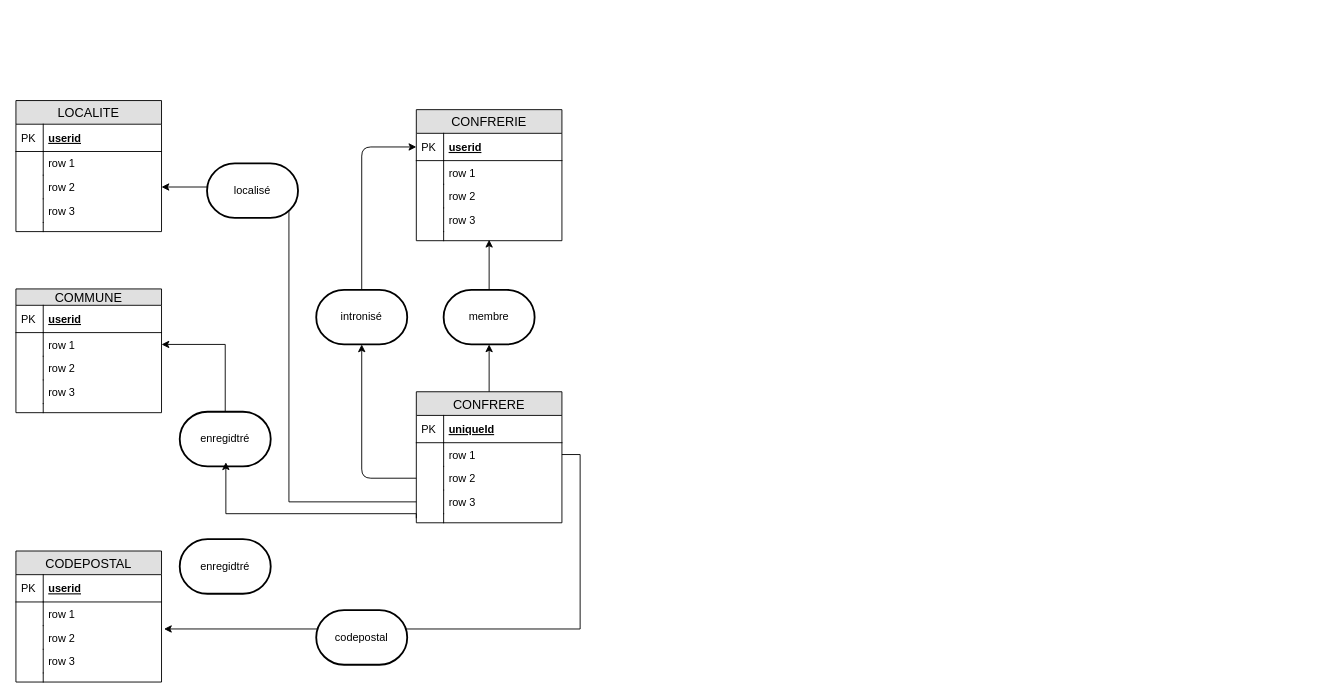
Earlier version of the draw.io diagram Untitled Diagram.drawio (harelimana/saintvincent). Source tidied: cells renumbered, new cells numbered last; positions are measured from the earlier drawing's top-left corner, leaving out a move shared by most shapes. Both pictures are drawn from the tidied source at 91%, with x=0, y=0 at pixel (15, 100).
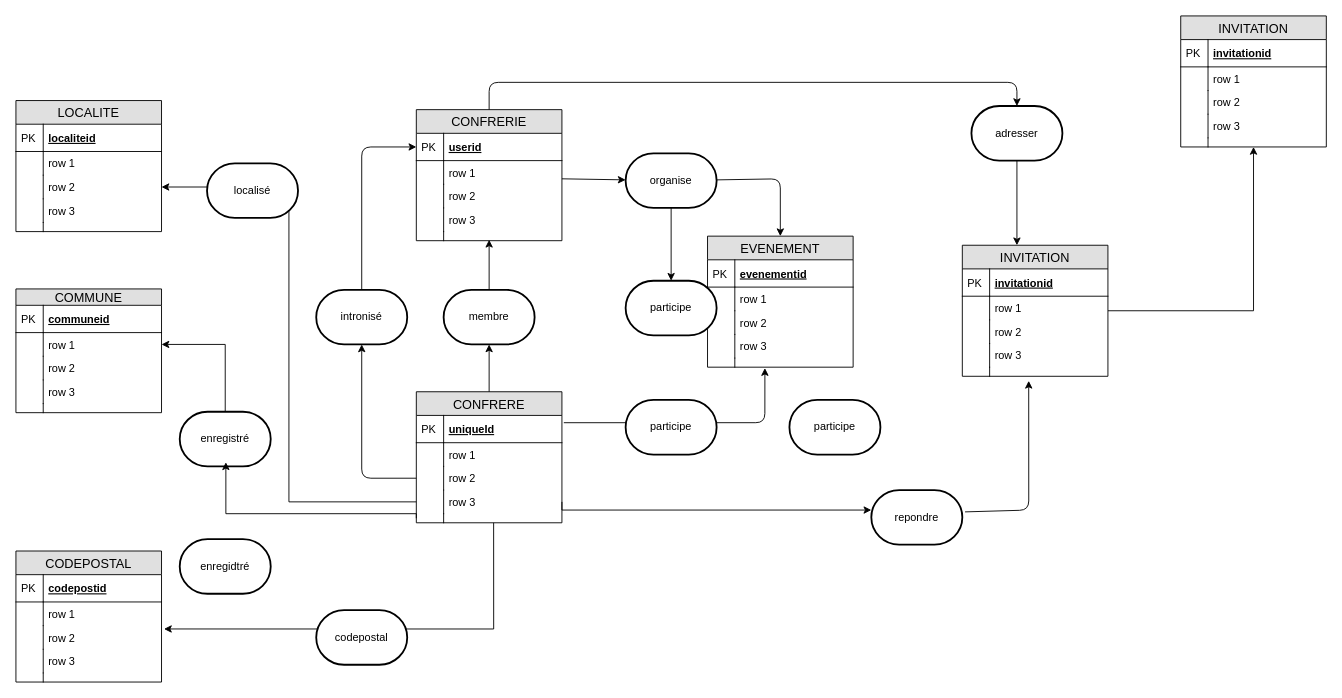
The same diagram, later.

The change refers to these unchanged cells:
```xml
<mxCell id="2" value="CONFRERIE" style="swimlane;fontStyle=0;horizontal=1;startSize=26;fillColor=#e0e0e0;swimlaneFillColor=#ffffff;align=center;fontSize=14;" parent="1" vertex="1">
  <mxGeometry x="440" y="10" width="160" height="144" as="geometry" />
</mxCell>
<mxCell id="14" value="uniqueId" style="shape=partialRectangle;top=0;left=0;right=0;bottom=1;align=left;verticalAlign=middle;fillColor=none;spacingLeft=34;spacingRight=4;overflow=hidden;points=[[0,0.5],[1,0.5]];portConstraint=eastwest;fontStyle=5;fontSize=12;" parent="13" vertex="1">
  <mxGeometry y="26" width="160" height="30" as="geometry" />
</mxCell>
<mxCell id="16" value="row 1" style="shape=partialRectangle;top=0;left=0;right=0;bottom=0;align=left;verticalAlign=top;fillColor=none;spacingLeft=34;spacingRight=4;overflow=hidden;points=[[0,0.5],[1,0.5]];portConstraint=eastwest;fontSize=12;" parent="13" vertex="1">
  <mxGeometry y="56" width="160" height="26" as="geometry" />
</mxCell>
<mxCell id="20" value="row 3" style="shape=partialRectangle;top=0;left=0;right=0;bottom=0;align=left;verticalAlign=top;fillColor=none;spacingLeft=34;spacingRight=4;overflow=hidden;points=[[0,0.5],[1,0.5]];portConstraint=eastwest;fontSize=12;" parent="13" vertex="1">
  <mxGeometry y="108" width="160" height="26" as="geometry" />
</mxCell>
<mxCell id="22" style="shape=partialRectangle;top=0;left=0;right=0;bottom=0;align=left;verticalAlign=top;fillColor=none;spacingLeft=34;spacingRight=4;overflow=hidden;points=[[0,0.5],[1,0.5]];portConstraint=eastwest;fontSize=12;" parent="13" vertex="1">
  <mxGeometry y="134" width="160" height="10" as="geometry" />
</mxCell>
<mxCell id="30" value="LOCALITE" style="swimlane;fontStyle=0;horizontal=1;startSize=26;fillColor=#e0e0e0;swimlaneFillColor=#ffffff;align=center;fontSize=14;" parent="1" vertex="1">
  <mxGeometry width="160" height="144" as="geometry" />
</mxCell>
<mxCell id="41" value="COMMUNE" style="swimlane;fontStyle=0;horizontal=1;startSize=18;fillColor=#e0e0e0;swimlaneFillColor=#ffffff;align=center;fontSize=14;" parent="1" vertex="1">
  <mxGeometry y="207" width="160" height="136" as="geometry" />
</mxCell>
<mxCell id="52" value="CODEPOSTAL" style="swimlane;fontStyle=0;horizontal=1;startSize=26;fillColor=#e0e0e0;swimlaneFillColor=#ffffff;align=center;fontSize=14;" parent="1" vertex="1">
  <mxGeometry y="495" width="160" height="144" as="geometry" />
</mxCell>
<mxCell id="57" value="row 2" style="shape=partialRectangle;top=0;left=0;right=0;bottom=0;align=left;verticalAlign=top;fillColor=none;spacingLeft=34;spacingRight=4;overflow=hidden;points=[[0,0.5],[1,0.5]];portConstraint=eastwest;fontSize=12;" parent="52" vertex="1">
  <mxGeometry y="82" width="160" height="26" as="geometry" />
</mxCell>
```

What changed in the source:
```diff
@@
-    <mxCell id="31" value="userid" style="shape=partialRectangle;top=0;left=0;right=0;bottom=1;align=left;verticalAlign=middle;fillColor=none;spacingLeft=34;spacingRight=4;overflow=hidden;fontStyle=5;fontSize=12;" parent="30" vertex="1">
+    <mxCell id="31" value="localiteid" style="shape=partialRectangle;top=0;left=0;right=0;bottom=1;align=left;verticalAlign=middle;fillColor=none;spacingLeft=34;spacingRight=4;overflow=hidden;fontStyle=5;fontSize=12;" parent="30" vertex="1">
       <mxGeometry y="26" width="160" height="30" as="geometry" />
     </mxCell>
@@
-    <mxCell id="42" value="userid" style="shape=partialRectangle;top=0;left=0;right=0;bottom=1;align=left;verticalAlign=middle;fillColor=none;spacingLeft=34;spacingRight=4;overflow=hidden;fontStyle=5;fontSize=12;" parent="41" vertex="1">
+    <mxCell id="42" value="communeid" style="shape=partialRectangle;top=0;left=0;right=0;bottom=1;align=left;verticalAlign=middle;fillColor=none;spacingLeft=34;spacingRight=4;overflow=hidden;fontStyle=5;fontSize=12;" parent="41" vertex="1">
       <mxGeometry y="18" width="160" height="30" as="geometry" />
     </mxCell>
@@
-    <mxCell id="53" value="userid" style="shape=partialRectangle;top=0;left=0;right=0;bottom=1;align=left;verticalAlign=middle;fillColor=none;spacingLeft=34;spacingRight=4;overflow=hidden;fontStyle=5;fontSize=12;" parent="52" vertex="1">
+    <mxCell id="53" value="codepostid" style="shape=partialRectangle;top=0;left=0;right=0;bottom=1;align=left;verticalAlign=middle;fillColor=none;spacingLeft=34;spacingRight=4;overflow=hidden;fontStyle=5;fontSize=12;" parent="52" vertex="1">
       <mxGeometry y="26" width="160" height="30" as="geometry" />
     </mxCell>
@@
-    <mxCell id="64" style="edgeStyle=orthogonalEdgeStyle;rounded=0;jettySize=auto;html=1;exitX=1;exitY=0.5;exitDx=0;exitDy=0;entryX=1.017;entryY=0.141;entryDx=0;entryDy=0;entryPerimeter=0;" parent="1" edge="1" source="16" target="57">
+    <mxCell id="64" style="edgeStyle=orthogonalEdgeStyle;rounded=0;jettySize=auto;html=1;exitX=0.531;exitY=1;exitDx=0;exitDy=0;entryX=1.017;entryY=0.141;entryDx=0;entryDy=0;entryPerimeter=0;exitPerimeter=0;" parent="1" edge="1" source="22" target="57">
       <mxGeometry relative="1" as="geometry" />
     </mxCell>
@@
-    <mxCell id="67" value="enregidtré" style="strokeWidth=2;html=1;shape=mxgraph.flowchart.terminator;whiteSpace=wrap;" parent="1" vertex="1">
+    <mxCell id="67" value="enregistré" style="strokeWidth=2;html=1;shape=mxgraph.flowchart.terminator;whiteSpace=wrap;" parent="1" vertex="1">
       <mxGeometry x="180" y="342" width="100" height="60" as="geometry" />
     </mxCell>
@@
+    <mxCell id="71" value="EVENEMENT" style="swimlane;fontStyle=0;horizontal=1;startSize=26;fillColor=#e0e0e0;swimlaneFillColor=#ffffff;align=center;fontSize=14;" parent="1" vertex="1">
+      <mxGeometry x="760" y="149" width="160" height="144" as="geometry" />
+    </mxCell>
+    <mxCell id="72" value="evenementid" style="shape=partialRectangle;top=0;left=0;right=0;bottom=1;align=left;verticalAlign=middle;fillColor=none;spacingLeft=34;spacingRight=4;overflow=hidden;fontStyle=5;fontSize=12;" parent="71" vertex="1">
+      <mxGeometry y="26" width="160" height="30" as="geometry" />
+    </mxCell>
+    <mxCell id="73" value="PK" style="shape=partialRectangle;top=0;left=0;bottom=0;fillColor=none;align=left;verticalAlign=middle;spacingLeft=4;spacingRight=4;overflow=hidden;fontSize=12;" parent="72" vertex="1">
+      <mxGeometry width="30" height="30" as="geometry" />
+    </mxCell>
+    <mxCell id="74" value="row 1" style="shape=partialRectangle;top=0;left=0;right=0;bottom=0;align=left;verticalAlign=top;fillColor=none;spacingLeft=34;spacingRight=4;overflow=hidden;fontSize=12;" parent="71" vertex="1">
+      <mxGeometry y="56" width="160" height="26" as="geometry" />
+    </mxCell>
+    <mxCell id="75" style="shape=partialRectangle;top=0;left=0;bottom=0;fillColor=none;align=left;verticalAlign=top;spacingLeft=4;spacingRight=4;overflow=hidden;fontSize=12;" parent="74" vertex="1">
+      <mxGeometry width="30" height="26" as="geometry" />
+    </mxCell>
+    <mxCell id="76" value="row 2" style="shape=partialRectangle;top=0;left=0;right=0;bottom=0;align=left;verticalAlign=top;fillColor=none;spacingLeft=34;spacingRight=4;overflow=hidden;fontSize=12;" parent="71" vertex="1">
+      <mxGeometry y="82" width="160" height="26" as="geometry" />
+    </mxCell>
+    <mxCell id="77" style="shape=partialRectangle;top=0;left=0;bottom=0;fillColor=none;align=left;verticalAlign=top;spacingLeft=4;spacingRight=4;overflow=hidden;fontSize=12;" parent="76" vertex="1">
+      <mxGeometry width="30" height="26" as="geometry" />
+    </mxCell>
+    <mxCell id="78" value="row 3" style="shape=partialRectangle;top=0;left=0;right=0;bottom=0;align=left;verticalAlign=top;fillColor=none;spacingLeft=34;spacingRight=4;overflow=hidden;fontSize=12;" parent="71" vertex="1">
+      <mxGeometry y="108" width="160" height="26" as="geometry" />
+    </mxCell>
+    <mxCell id="79" style="shape=partialRectangle;top=0;left=0;bottom=0;fillColor=none;align=left;verticalAlign=top;spacingLeft=4;spacingRight=4;overflow=hidden;fontSize=12;" parent="78" vertex="1">
+      <mxGeometry width="30" height="26" as="geometry" />
+    </mxCell>
+    <mxCell id="80" style="shape=partialRectangle;top=0;left=0;right=0;bottom=0;align=left;verticalAlign=top;fillColor=none;spacingLeft=34;spacingRight=4;overflow=hidden;points=[[0,0.5],[1,0.5]];portConstraint=eastwest;fontSize=12;" parent="71" vertex="1">
+      <mxGeometry y="134" width="160" height="10" as="geometry" />
+    </mxCell>
+    <mxCell id="81" style="shape=partialRectangle;top=0;left=0;bottom=0;fillColor=none;align=left;verticalAlign=top;spacingLeft=4;spacingRight=4;overflow=hidden;fontSize=12;" parent="80" vertex="1">
+      <mxGeometry width="30" height="10" as="geometry" />
+    </mxCell>
+    <mxCell id="82" style="endArrow=classic;html=1;entryX=0.394;entryY=1.1;entryDx=0;entryDy=0;entryPerimeter=0;exitX=1.013;exitY=0.267;exitDx=0;exitDy=0;exitPerimeter=0;" parent="1" edge="1" source="14" target="80">
+      <mxGeometry relative="1" as="geometry">
+        <Array as="points">
+          <mxPoint x="823" y="354" />
+        </Array>
+      </mxGeometry>
+    </mxCell>
+    <mxCell id="83" value="participe" style="strokeWidth=2;html=1;shape=mxgraph.flowchart.terminator;whiteSpace=wrap;" parent="1" vertex="1">
+      <mxGeometry x="670" y="329" width="100" height="60" as="geometry" />
+    </mxCell>
+    <mxCell id="84" value="participe" style="strokeWidth=2;html=1;shape=mxgraph.flowchart.terminator;whiteSpace=wrap;" parent="1" vertex="1">
+      <mxGeometry x="850" y="329" width="100" height="60" as="geometry" />
+    </mxCell>
+    <mxCell id="85" style="endArrow=classic;html=1;entryX=0.5;entryY=0;entryDx=0;entryDy=0;" parent="1" edge="1" source="87" target="71">
+      <mxGeometry relative="1" as="geometry">
+        <Array as="points">
+          <mxPoint x="840" y="86" />
+        </Array>
+      </mxGeometry>
+    </mxCell>
+    <mxCell id="86" style="edgeStyle=orthogonalEdgeStyle;rounded=0;jettySize=auto;html=1;" parent="1" edge="1" source="87" target="88">
+      <mxGeometry relative="1" as="geometry" />
+    </mxCell>
+    <mxCell id="87" value="organise" style="strokeWidth=2;html=1;shape=mxgraph.flowchart.terminator;whiteSpace=wrap;" parent="1" vertex="1">
+      <mxGeometry x="670" y="58" width="100" height="60" as="geometry" />
+    </mxCell>
+    <mxCell id="88" value="participe" style="strokeWidth=2;html=1;shape=mxgraph.flowchart.terminator;whiteSpace=wrap;" parent="1" vertex="1">
+      <mxGeometry x="670" y="198" width="100" height="60" as="geometry" />
+    </mxCell>
+    <mxCell id="89" style="endArrow=classic;html=1;" parent="1" edge="1" target="87">
+      <mxGeometry relative="1" as="geometry">
+        <mxPoint x="600" y="86" as="sourcePoint" />
+      </mxGeometry>
+    </mxCell>
+    <mxCell id="90" style="edgeStyle=orthogonalEdgeStyle;rounded=0;jettySize=auto;html=1;" parent="1" edge="1" source="91" target="102">
+      <mxGeometry relative="1" as="geometry" />
+    </mxCell>
+    <mxCell id="91" value="INVITATION" style="swimlane;fontStyle=0;horizontal=1;startSize=26;fillColor=#e0e0e0;swimlaneFillColor=#ffffff;align=center;fontSize=14;" parent="1" vertex="1">
+      <mxGeometry x="1040" y="159" width="160" height="144" as="geometry" />
+    </mxCell>
+    <mxCell id="92" value="invitationid" style="shape=partialRectangle;top=0;left=0;right=0;bottom=1;align=left;verticalAlign=middle;fillColor=none;spacingLeft=34;spacingRight=4;overflow=hidden;fontStyle=5;fontSize=12;" parent="91" vertex="1">
+      <mxGeometry y="26" width="160" height="30" as="geometry" />
+    </mxCell>
+    <mxCell id="93" value="PK" style="shape=partialRectangle;top=0;left=0;bottom=0;fillColor=none;align=left;verticalAlign=middle;spacingLeft=4;spacingRight=4;overflow=hidden;fontSize=12;" parent="92" vertex="1">
+      <mxGeometry width="30" height="30" as="geometry" />
+    </mxCell>
+    <mxCell id="94" value="row 1" style="shape=partialRectangle;top=0;left=0;right=0;bottom=0;align=left;verticalAlign=top;fillColor=none;spacingLeft=34;spacingRight=4;overflow=hidden;fontSize=12;" parent="91" vertex="1">
+      <mxGeometry y="56" width="160" height="26" as="geometry" />
+    </mxCell>
+    <mxCell id="95" style="shape=partialRectangle;top=0;left=0;bottom=0;fillColor=none;align=left;verticalAlign=top;spacingLeft=4;spacingRight=4;overflow=hidden;fontSize=12;" parent="94" vertex="1">
+      <mxGeometry width="30" height="26" as="geometry" />
+    </mxCell>
+    <mxCell id="96" value="row 2" style="shape=partialRectangle;top=0;left=0;right=0;bottom=0;align=left;verticalAlign=top;fillColor=none;spacingLeft=34;spacingRight=4;overflow=hidden;fontSize=12;" parent="91" vertex="1">
+      <mxGeometry y="82" width="160" height="26" as="geometry" />
+    </mxCell>
+    <mxCell id="97" style="shape=partialRectangle;top=0;left=0;bottom=0;fillColor=none;align=left;verticalAlign=top;spacingLeft=4;spacingRight=4;overflow=hidden;fontSize=12;" parent="96" vertex="1">
+      <mxGeometry width="30" height="26" as="geometry" />
+    </mxCell>
+    <mxCell id="98" value="row 3" style="shape=partialRectangle;top=0;left=0;right=0;bottom=0;align=left;verticalAlign=top;fillColor=none;spacingLeft=34;spacingRight=4;overflow=hidden;fontSize=12;" parent="91" vertex="1">
+      <mxGeometry y="108" width="160" height="26" as="geometry" />
+    </mxCell>
+    <mxCell id="99" style="shape=partialRectangle;top=0;left=0;bottom=0;fillColor=none;align=left;verticalAlign=top;spacingLeft=4;spacingRight=4;overflow=hidden;fontSize=12;" parent="98" vertex="1">
+      <mxGeometry width="30" height="26" as="geometry" />
+    </mxCell>
+    <mxCell id="100" style="shape=partialRectangle;top=0;left=0;right=0;bottom=0;align=left;verticalAlign=top;fillColor=none;spacingLeft=34;spacingRight=4;overflow=hidden;points=[[0,0.5],[1,0.5]];portConstraint=eastwest;fontSize=12;" parent="91" vertex="1">
+      <mxGeometry y="134" width="160" height="10" as="geometry" />
+    </mxCell>
+    <mxCell id="101" style="shape=partialRectangle;top=0;left=0;bottom=0;fillColor=none;align=left;verticalAlign=top;spacingLeft=4;spacingRight=4;overflow=hidden;fontSize=12;" parent="100" vertex="1">
+      <mxGeometry width="30" height="10" as="geometry" />
+    </mxCell>
+    <mxCell id="102" value="INVITATION" style="swimlane;fontStyle=0;horizontal=1;startSize=26;fillColor=#e0e0e0;swimlaneFillColor=#ffffff;align=center;fontSize=14;" parent="1" vertex="1">
+      <mxGeometry x="1280" y="-93" width="160" height="144" as="geometry" />
+    </mxCell>
+    <mxCell id="103" value="invitationid" style="shape=partialRectangle;top=0;left=0;right=0;bottom=1;align=left;verticalAlign=middle;fillColor=none;spacingLeft=34;spacingRight=4;overflow=hidden;fontStyle=5;fontSize=12;" parent="102" vertex="1">
+      <mxGeometry y="26" width="160" height="30" as="geometry" />
+    </mxCell>
+    <mxCell id="104" value="PK" style="shape=partialRectangle;top=0;left=0;bottom=0;fillColor=none;align=left;verticalAlign=middle;spacingLeft=4;spacingRight=4;overflow=hidden;fontSize=12;" parent="103" vertex="1">
+      <mxGeometry width="30" height="30" as="geometry" />
+    </mxCell>
+    <mxCell id="105" value="row 1" style="shape=partialRectangle;top=0;left=0;right=0;bottom=0;align=left;verticalAlign=top;fillColor=none;spacingLeft=34;spacingRight=4;overflow=hidden;fontSize=12;" parent="102" vertex="1">
+      <mxGeometry y="56" width="160" height="26" as="geometry" />
+    </mxCell>
+    <mxCell id="106" style="shape=partialRectangle;top=0;left=0;bottom=0;fillColor=none;align=left;verticalAlign=top;spacingLeft=4;spacingRight=4;overflow=hidden;fontSize=12;" parent="105" vertex="1">
+      <mxGeometry width="30" height="26" as="geometry" />
+    </mxCell>
+    <mxCell id="107" value="row 2" style="shape=partialRectangle;top=0;left=0;right=0;bottom=0;align=left;verticalAlign=top;fillColor=none;spacingLeft=34;spacingRight=4;overflow=hidden;fontSize=12;" parent="102" vertex="1">
+      <mxGeometry y="82" width="160" height="26" as="geometry" />
+    </mxCell>
+    <mxCell id="108" style="shape=partialRectangle;top=0;left=0;bottom=0;fillColor=none;align=left;verticalAlign=top;spacingLeft=4;spacingRight=4;overflow=hidden;fontSize=12;" parent="107" vertex="1">
+      <mxGeometry width="30" height="26" as="geometry" />
+    </mxCell>
+    <mxCell id="109" value="row 3" style="shape=partialRectangle;top=0;left=0;right=0;bottom=0;align=left;verticalAlign=top;fillColor=none;spacingLeft=34;spacingRight=4;overflow=hidden;fontSize=12;" parent="102" vertex="1">
+      <mxGeometry y="108" width="160" height="26" as="geometry" />
+    </mxCell>
+    <mxCell id="110" style="shape=partialRectangle;top=0;left=0;bottom=0;fillColor=none;align=left;verticalAlign=top;spacingLeft=4;spacingRight=4;overflow=hidden;fontSize=12;" parent="109" vertex="1">
+      <mxGeometry width="30" height="26" as="geometry" />
+    </mxCell>
+    <mxCell id="111" style="shape=partialRectangle;top=0;left=0;right=0;bottom=0;align=left;verticalAlign=top;fillColor=none;spacingLeft=34;spacingRight=4;overflow=hidden;fontSize=12;" parent="102" vertex="1">
+      <mxGeometry y="134" width="160" height="10" as="geometry" />
+    </mxCell>
+    <mxCell id="112" style="shape=partialRectangle;top=0;left=0;bottom=0;fillColor=none;align=left;verticalAlign=top;spacingLeft=4;spacingRight=4;overflow=hidden;fontSize=12;" parent="111" vertex="1">
+      <mxGeometry width="30" height="10" as="geometry" />
+    </mxCell>
+    <mxCell id="113" value="repondre" style="strokeWidth=2;html=1;shape=mxgraph.flowchart.terminator;whiteSpace=wrap;" parent="1" vertex="1">
+      <mxGeometry x="940" y="428" width="100" height="60" as="geometry" />
+    </mxCell>
+    <mxCell id="114" value="adresser" style="strokeWidth=2;html=1;shape=mxgraph.flowchart.terminator;whiteSpace=wrap;" parent="1" vertex="1">
+      <mxGeometry x="1050" y="6" width="100" height="60" as="geometry" />
+    </mxCell>
+    <mxCell id="115" style="endArrow=classic;html=1;entryX=0.5;entryY=0;entryDx=0;entryDy=0;entryPerimeter=0;exitX=0.5;exitY=0;exitDx=0;exitDy=0;" parent="1" edge="1" source="2" target="114">
+      <mxGeometry relative="1" as="geometry">
+        <Array as="points">
+          <mxPoint x="520" y="-20" />
+          <mxPoint x="1100" y="-20" />
+        </Array>
+      </mxGeometry>
+    </mxCell>
+    <mxCell id="116" style="edgeStyle=orthogonalEdgeStyle;rounded=0;jettySize=auto;html=1;entryX=0.375;entryY=0;entryDx=0;entryDy=0;entryPerimeter=0;" parent="1" edge="1" source="114" target="91">
+      <mxGeometry relative="1" as="geometry" />
+    </mxCell>
+    <mxCell id="117" style="edgeStyle=orthogonalEdgeStyle;rounded=0;jettySize=auto;html=1;exitX=1;exitY=0.5;exitDx=0;exitDy=0;" parent="1" edge="1" source="20" target="113">
+      <mxGeometry relative="1" as="geometry">
+        <Array as="points">
+          <mxPoint x="600" y="450" />
+        </Array>
+      </mxGeometry>
+    </mxCell>
+    <mxCell id="118" style="endArrow=classic;html=1;entryX=0.456;entryY=1.5;entryDx=0;entryDy=0;exitX=1.03;exitY=0.4;exitDx=0;exitDy=0;exitPerimeter=0;entryPerimeter=0;" parent="1" edge="1" source="113" target="100">
+      <mxGeometry relative="1" as="geometry">
+        <Array as="points">
+          <mxPoint x="1113" y="450" />
+        </Array>
+      </mxGeometry>
+    </mxCell>
```
